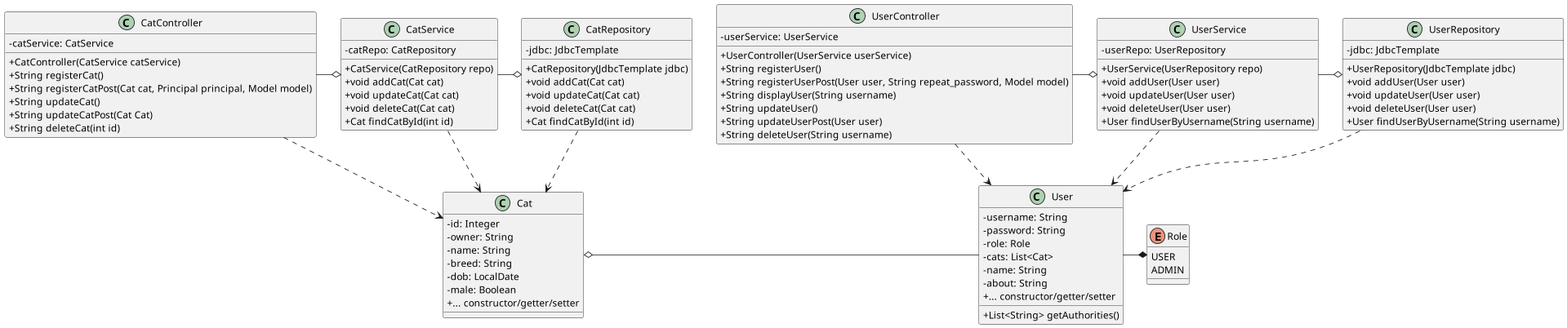
Above: diagram/class-diagram.png in sofush/racekat (PlantUML), before the change.
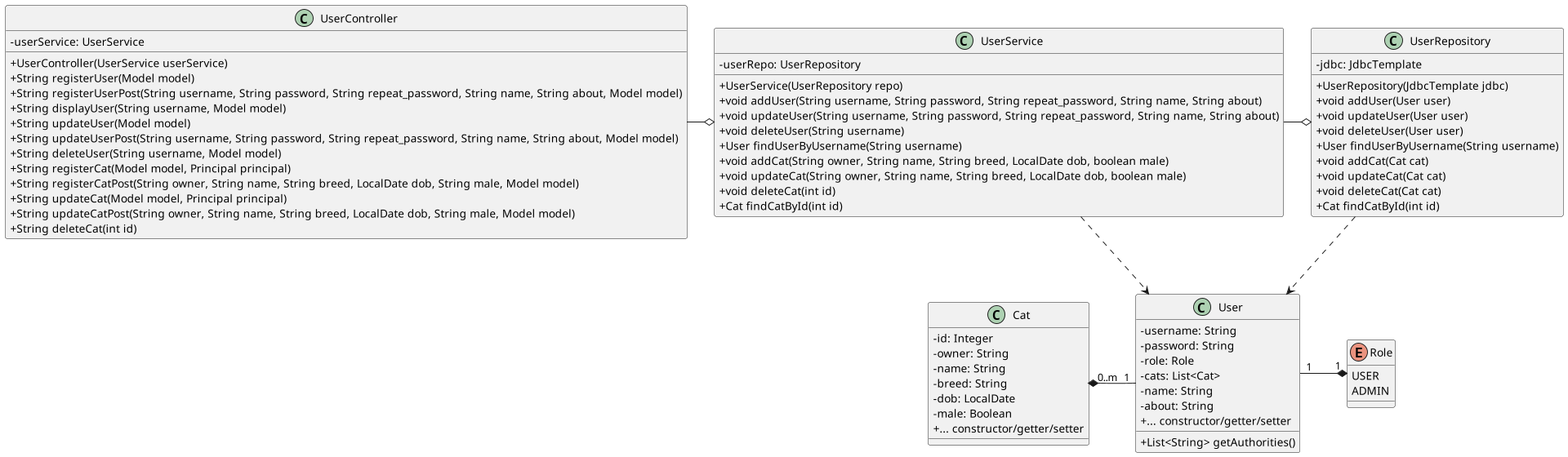
After the commit.

Commit message:
docs: update class diagram

Change to the diagram source:
```diff
@@ -24,29 +24,32 @@
 	- male: Boolean
 	+ ... constructor/getter/setter
 }
-class CatService {
-	- catRepo: CatRepository
-	+ CatService(CatRepository repo)
-	+ void addCat(Cat cat)
-	+ void updateCat(Cat cat)
-	+ void deleteCat(Cat cat)
-	+ Cat findCatById(int id)
-}
-class CatRepository {
-	- jdbc: JdbcTemplate
-	+ CatRepository(JdbcTemplate jdbc)
-	+ void addCat(Cat cat)
-	+ void updateCat(Cat cat)
-	+ void deleteCat(Cat cat)
-	+ Cat findCatById(int id)
+class UserController {
+	- userService: UserService
+	+ UserController(UserService userService)
+	+ String registerUser(Model model)
+	+ String registerUserPost(String username, String password, String repeat_password, String name, String about, Model model)
+	+ String displayUser(String username, Model model)
+	+ String updateUser(Model model)
+	+ String updateUserPost(String username, String password, String repeat_password, String name, String about, Model model)
+	+ String deleteUser(String username, Model model)
+	+ String registerCat(Model model, Principal principal)
+	+ String registerCatPost(String owner, String name, String breed, LocalDate dob, String male, Model model)
+	+ String updateCat(Model model, Principal principal)
+	+ String updateCatPost(String owner, String name, String breed, LocalDate dob, String male, Model model)
+	+ String deleteCat(int id)
 }
 class UserService {
 	- userRepo: UserRepository
 	+ UserService(UserRepository repo)
-	+ void addUser(User user)
-	+ void updateUser(User user)
-	+ void deleteUser(User user)
+	+ void addUser(String username, String password, String repeat_password, String name, String about)
+	+ void updateUser(String username, String password, String repeat_password, String name, String about)
+	+ void deleteUser(String username)
 	+ User findUserByUsername(String username)
+	+ void addCat(String owner, String name, String breed, LocalDate dob, boolean male)
+	+ void updateCat(String owner, String name, String breed, LocalDate dob, boolean male)
+	+ void deleteCat(int id)
+	+ Cat findCatById(int id)
 }
 class UserRepository {
 	- jdbc: JdbcTemplate
@@ -55,39 +58,17 @@
 	+ void updateUser(User user)
 	+ void deleteUser(User user)
 	+ User findUserByUsername(String username)
-}
-class UserController {
-	- userService: UserService
-	+ UserController(UserService userService)
-	+ String registerUser()
-	+ String registerUserPost(User user, String repeat_password, Model model)
-	+ String displayUser(String username)
-	+ String updateUser()
-	+ String updateUserPost(User user)
-	+ String deleteUser(String username)
-}
-class CatController {
-	- catService: CatService
-	+ CatController(CatService catService)
-	+ String registerCat()
-	+ String registerCatPost(Cat cat, Principal principal, Model model)
-	+ String updateCat()
-	+ String updateCatPost(Cat Cat)
-	+ String deleteCat(int id)
+	+ void addCat(Cat cat)
+	+ void updateCat(Cat cat)
+	+ void deleteCat(Cat cat)
+	+ Cat findCatById(int id)
 }
 
-CatController -r-o CatService
-CatController ..> Cat
-CatRepository ..> Cat
-CatService ..> Cat
-CatService -r-o CatRepository
-
 UserController -r-o UserService
-UserController ..> User
 UserRepository ..> User
 UserService ..> User
 UserService -r-o UserRepository
-User -r-* Role
-User -l-o Cat
+User "1" -r-* "1" Role
+User "1" -l-* " 0..m" Cat
 
 @enduml
```
